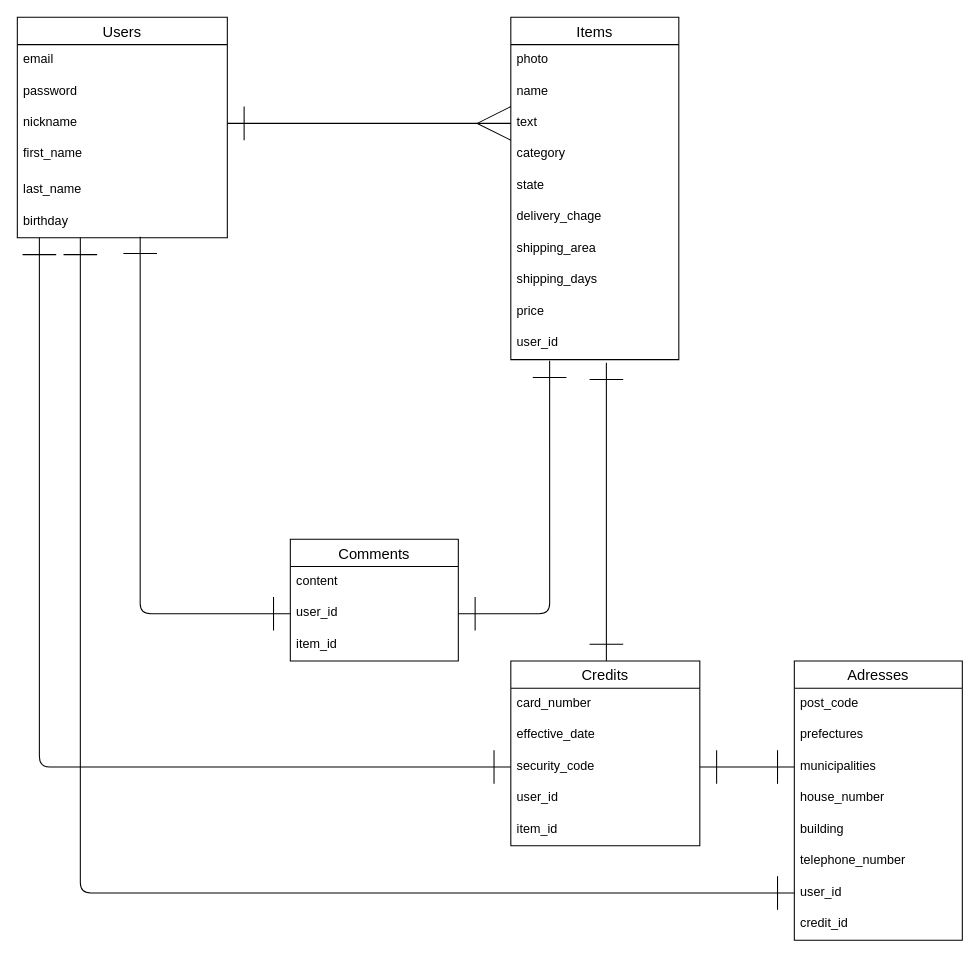
This is er.dio from naoki39/furima-37393, a draw.io file, before an edit. Source tidied: cells renumbered, new cells numbered last; positions are measured from the earlier drawing's top-left corner, leaving out a move shared by most shapes. Both pictures are drawn from the tidied source at 105%, with x=0, y=0 at pixel (17, 17).
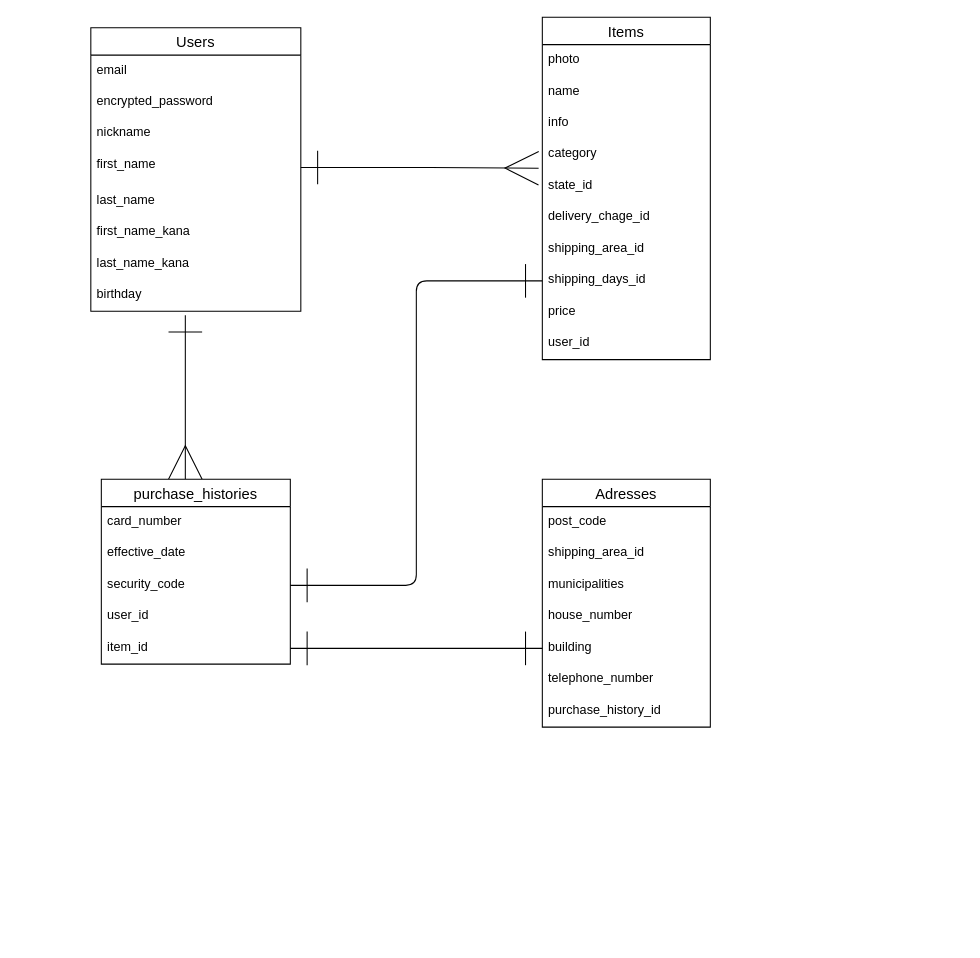
The same page after the edit.

The change refers to these unchanged cells:
```xml
<mxCell id="9" value="nickname" style="text;strokeColor=none;fillColor=none;spacingLeft=4;spacingRight=4;overflow=hidden;points=[[0,0.5],[1,0.5]];portConstraint=eastwest;fontSize=12;" parent="6" vertex="1">
  <mxGeometry y="86" width="200" height="30" as="geometry" />
</mxCell>
<mxCell id="10" value="first_name" style="text;strokeColor=none;fillColor=none;spacingLeft=4;spacingRight=4;overflow=hidden;points=[[0,0.5],[1,0.5]];portConstraint=eastwest;fontSize=12;" parent="6" vertex="1">
  <mxGeometry y="116" width="200" height="34" as="geometry" />
</mxCell>
<mxCell id="23" value="user_id" style="text;strokeColor=none;fillColor=none;spacingLeft=4;spacingRight=4;overflow=hidden;points=[[0,0.5],[1,0.5]];portConstraint=eastwest;fontSize=12;" parent="13" vertex="1">
  <mxGeometry y="296" width="160" height="30" as="geometry" />
</mxCell>
<mxCell id="27" value="municipalities" style="text;strokeColor=none;fillColor=none;spacingLeft=4;spacingRight=4;overflow=hidden;points=[[0,0.5],[1,0.5]];portConstraint=eastwest;fontSize=12;" parent="24" vertex="1">
  <mxGeometry y="86" width="160" height="30" as="geometry" />
</mxCell>
<mxCell id="29" value="building" style="text;strokeColor=none;fillColor=none;spacingLeft=4;spacingRight=4;overflow=hidden;points=[[0,0.5],[1,0.5]];portConstraint=eastwest;fontSize=12;" parent="24" vertex="1">
  <mxGeometry y="146" width="160" height="30" as="geometry" />
</mxCell>
<mxCell id="37" value="security_code" style="text;strokeColor=none;fillColor=none;spacingLeft=4;spacingRight=4;overflow=hidden;points=[[0,0.5],[1,0.5]];portConstraint=eastwest;fontSize=12;" parent="34" vertex="1">
  <mxGeometry y="86" width="180" height="30" as="geometry" />
</mxCell>
<mxCell id="39" value="item_id" style="text;strokeColor=none;fillColor=none;spacingLeft=4;spacingRight=4;overflow=hidden;points=[[0,0.5],[1,0.5]];portConstraint=eastwest;fontSize=12;" parent="34" vertex="1">
  <mxGeometry y="146" width="180" height="30" as="geometry" />
</mxCell>
```

What changed in the source:
```diff
@@
-    <mxCell id="2" value="Comments" style="swimlane;fontStyle=0;horizontal=1;startSize=26;align=center;fontSize=14;" parent="1" vertex="1">
-      <mxGeometry x="260" y="497" width="160" height="116" as="geometry" />
-    </mxCell>
-    <mxCell id="3" value="content" style="text;strokeColor=none;fillColor=none;spacingLeft=4;spacingRight=4;overflow=hidden;fontSize=12;" parent="2" vertex="1">
-      <mxGeometry y="26" width="160" height="30" as="geometry" />
-    </mxCell>
-    <mxCell id="4" value="user_id" style="text;strokeColor=none;fillColor=none;spacingLeft=4;spacingRight=4;overflow=hidden;points=[[0,0.5],[1,0.5]];portConstraint=eastwest;fontSize=12;" parent="2" vertex="1">
-      <mxGeometry y="56" width="160" height="30" as="geometry" />
-    </mxCell>
-    <mxCell id="5" value="item_id" style="text;strokeColor=none;fillColor=none;spacingLeft=4;spacingRight=4;overflow=hidden;fontSize=12;" parent="2" vertex="1">
-      <mxGeometry y="86" width="160" height="30" as="geometry" />
-    </mxCell>
     <mxCell id="6" value="Users" style="swimlane;fontStyle=0;horizontal=1;startSize=26;align=center;fontSize=14;" parent="1" vertex="1">
-      <mxGeometry width="200" height="210" as="geometry" />
+      <mxGeometry x="70" y="10" width="200" height="270" as="geometry" />
     </mxCell>
@@
-    <mxCell id="8" value="password" style="text;strokeColor=none;fillColor=none;spacingLeft=4;spacingRight=4;overflow=hidden;fontSize=12;" parent="6" vertex="1">
+    <mxCell id="8" value="encrypted_password" style="text;strokeColor=none;fillColor=none;spacingLeft=4;spacingRight=4;overflow=hidden;fontSize=12;" parent="6" vertex="1">
       <mxGeometry y="56" width="200" height="30" as="geometry" />
     </mxCell>
@@
+    <mxCell id="47" value="first_name_kana" style="text;strokeColor=none;fillColor=none;spacingLeft=4;spacingRight=4;overflow=hidden;fontSize=12;" parent="6" vertex="1">
+      <mxGeometry y="180" width="200" height="30" as="geometry" />
+    </mxCell>
+    <mxCell id="48" value="last_name_kana" style="text;strokeColor=none;fillColor=none;spacingLeft=4;spacingRight=4;overflow=hidden;fontSize=12;" parent="6" vertex="1">
+      <mxGeometry y="210" width="200" height="30" as="geometry" />
+    </mxCell>
     <mxCell id="12" value="birthday" style="text;strokeColor=none;fillColor=none;spacingLeft=4;spacingRight=4;overflow=hidden;points=[[0,0.5],[1,0.5]];portConstraint=eastwest;fontSize=12;" parent="6" vertex="1">
-      <mxGeometry y="180" width="200" height="30" as="geometry" />
+      <mxGeometry y="240" width="200" height="30" as="geometry" />
     </mxCell>
     <mxCell id="13" value="Items" style="swimlane;fontStyle=0;horizontal=1;startSize=26;align=center;fontSize=14;" parent="1" vertex="1">
-      <mxGeometry x="470" width="160" height="326" as="geometry" />
+      <mxGeometry x="500" width="160" height="326" as="geometry" />
     </mxCell>
@@
-    <mxCell id="16" value="text" style="text;strokeColor=none;fillColor=none;spacingLeft=4;spacingRight=4;overflow=hidden;points=[[0,0.5],[1,0.5]];portConstraint=eastwest;fontSize=12;" parent="13" vertex="1">
+    <mxCell id="16" value="info" style="text;strokeColor=none;fillColor=none;spacingLeft=4;spacingRight=4;overflow=hidden;points=[[0,0.5],[1,0.5]];portConstraint=eastwest;fontSize=12;" parent="13" vertex="1">
       <mxGeometry y="86" width="160" height="30" as="geometry" />
     </mxCell>
@@
-    <mxCell id="18" value="state" style="text;strokeColor=none;fillColor=none;spacingLeft=4;spacingRight=4;overflow=hidden;points=[[0,0.5],[1,0.5]];portConstraint=eastwest;fontSize=12;" parent="13" vertex="1">
+    <mxCell id="18" value="state_id" style="text;strokeColor=none;fillColor=none;spacingLeft=4;spacingRight=4;overflow=hidden;points=[[0,0.5],[1,0.5]];portConstraint=eastwest;fontSize=12;" parent="13" vertex="1">
       <mxGeometry y="146" width="160" height="30" as="geometry" />
     </mxCell>
-    <mxCell id="19" value="delivery_chage" style="text;strokeColor=none;fillColor=none;spacingLeft=4;spacingRight=4;overflow=hidden;fontSize=12;" parent="13" vertex="1">
+    <mxCell id="19" value="delivery_chage_id" style="text;strokeColor=none;fillColor=none;spacingLeft=4;spacingRight=4;overflow=hidden;fontSize=12;" parent="13" vertex="1">
       <mxGeometry y="176" width="160" height="30" as="geometry" />
     </mxCell>
-    <mxCell id="20" value="shipping_area" style="text;strokeColor=none;fillColor=none;spacingLeft=4;spacingRight=4;overflow=hidden;fontSize=12;" parent="13" vertex="1">
+    <mxCell id="20" value="shipping_area_id" style="text;strokeColor=none;fillColor=none;spacingLeft=4;spacingRight=4;overflow=hidden;fontSize=12;" parent="13" vertex="1">
       <mxGeometry y="206" width="160" height="30" as="geometry" />
     </mxCell>
-    <mxCell id="21" value="shipping_days" style="text;strokeColor=none;fillColor=none;spacingLeft=4;spacingRight=4;overflow=hidden;points=[[0,0.5],[1,0.5]];portConstraint=eastwest;fontSize=12;" parent="13" vertex="1">
+    <mxCell id="21" value="shipping_days_id" style="text;strokeColor=none;fillColor=none;spacingLeft=4;spacingRight=4;overflow=hidden;points=[[0,0.5],[1,0.5]];portConstraint=eastwest;fontSize=12;" parent="13" vertex="1">
       <mxGeometry y="236" width="160" height="30" as="geometry" />
     </mxCell>
@@
     <mxCell id="24" value="Adresses" style="swimlane;fontStyle=0;horizontal=1;startSize=26;align=center;fontSize=14;" parent="1" vertex="1">
-      <mxGeometry x="740" y="613" width="160" height="266" as="geometry" />
+      <mxGeometry x="500" y="440" width="160" height="236" as="geometry" />
     </mxCell>
@@
-    <mxCell id="26" value="prefectures" style="text;strokeColor=none;fillColor=none;spacingLeft=4;spacingRight=4;overflow=hidden;fontSize=12;" parent="24" vertex="1">
+    <mxCell id="26" value="shipping_area_id" style="text;strokeColor=none;fillColor=none;spacingLeft=4;spacingRight=4;overflow=hidden;fontSize=12;" parent="24" vertex="1">
       <mxGeometry y="56" width="160" height="30" as="geometry" />
     </mxCell>
@@
-    <mxCell id="31" value="user_id" style="text;strokeColor=none;fillColor=none;spacingLeft=4;spacingRight=4;overflow=hidden;points=[[0,0.5],[1,0.5]];portConstraint=eastwest;fontSize=12;" parent="24" vertex="1">
-      <mxGeometry y="206" width="160" height="30" as="geometry" />
-    </mxCell>
-    <mxCell id="32" value="credit_id" style="text;strokeColor=none;fillColor=none;spacingLeft=4;spacingRight=4;overflow=hidden;fontSize=12;" parent="24" vertex="1">
-      <mxGeometry y="236" width="160" height="30" as="geometry" />
+    <mxCell id="32" value="purchase_history_id" style="text;strokeColor=none;fillColor=none;spacingLeft=4;spacingRight=4;overflow=hidden;fontSize=12;" parent="24" vertex="1">
+      <mxGeometry y="206" width="160" height="30" as="geometry" />
     </mxCell>
-    <mxCell id="33" style="edgeStyle=elbowEdgeStyle;sketch=0;html=1;startArrow=ERone;startFill=0;endArrow=ERone;endFill=0;startSize=30;endSize=30;sourcePerimeterSpacing=0;strokeWidth=1;entryX=0.569;entryY=1.1;entryDx=0;entryDy=0;entryPerimeter=0;" parent="1" edge="1" source="34" target="23">
-      <mxGeometry relative="1" as="geometry" />
-    </mxCell>
+    <mxCell id="49" style="edgeStyle=elbowEdgeStyle;sketch=0;html=1;entryX=0.451;entryY=1.125;entryDx=0;entryDy=0;entryPerimeter=0;startArrow=ERmany;startFill=0;endArrow=ERone;endFill=0;startSize=30;endSize=30;sourcePerimeterSpacing=0;strokeWidth=1;" parent="1" edge="1" source="34" target="12">
+      <mxGeometry relative="1" as="geometry" />
+    </mxCell>
-    <mxCell id="34" value="Credits" style="swimlane;fontStyle=0;horizontal=1;startSize=26;align=center;fontSize=14;" parent="1" vertex="1">
-      <mxGeometry x="470" y="613" width="180" height="176" as="geometry" />
+    <mxCell id="34" value="purchase_histories" style="swimlane;fontStyle=0;horizontal=1;startSize=26;align=center;fontSize=14;" parent="1" vertex="1">
+      <mxGeometry x="80" y="440" width="180" height="176" as="geometry" />
     </mxCell>
@@
-    <mxCell id="40" style="edgeStyle=orthogonalEdgeStyle;sketch=0;html=1;exitX=0;exitY=0.5;exitDx=0;exitDy=0;startArrow=ERmany;startFill=0;endArrow=ERone;endFill=0;startSize=30;endSize=30;sourcePerimeterSpacing=0;strokeColor=none;strokeWidth=1;" parent="1" edge="1" source="4">
+    <mxCell id="40" style="edgeStyle=orthogonalEdgeStyle;sketch=0;html=1;exitX=0;exitY=0.5;exitDx=0;exitDy=0;startArrow=ERmany;startFill=0;endArrow=ERone;endFill=0;startSize=30;endSize=30;sourcePerimeterSpacing=0;strokeColor=none;strokeWidth=1;" parent="1" edge="1">
       <mxGeometry relative="1" as="geometry">
+        <mxPoint x="260" y="568" as="sourcePoint" />
         <mxPoint x="60" y="240" as="targetPoint" />
       </mxGeometry>
     </mxCell>
-    <mxCell id="41" style="edgeStyle=orthogonalEdgeStyle;sketch=0;html=1;exitX=1;exitY=0.5;exitDx=0;exitDy=0;entryX=0;entryY=0.5;entryDx=0;entryDy=0;startArrow=ERone;startFill=0;endArrow=ERmany;endFill=0;startSize=30;endSize=30;sourcePerimeterSpacing=0;strokeWidth=1;" parent="1" edge="1" source="9" target="16">
-      <mxGeometry relative="1" as="geometry" />
-    </mxCell>
-    <mxCell id="42" style="edgeStyle=orthogonalEdgeStyle;sketch=0;html=1;exitX=0;exitY=0.5;exitDx=0;exitDy=0;entryX=0.105;entryY=1;entryDx=0;entryDy=0;entryPerimeter=0;startArrow=ERone;startFill=0;endArrow=ERone;endFill=0;startSize=30;endSize=30;sourcePerimeterSpacing=0;strokeWidth=1;" parent="1" edge="1" source="37" target="12">
-      <mxGeometry relative="1" as="geometry" />
-    </mxCell>
-    <mxCell id="43" style="edgeStyle=orthogonalEdgeStyle;sketch=0;html=1;exitX=0;exitY=0.5;exitDx=0;exitDy=0;startArrow=ERone;startFill=0;endArrow=ERone;endFill=0;startSize=30;endSize=30;sourcePerimeterSpacing=0;strokeWidth=1;entryX=0.3;entryY=1;entryDx=0;entryDy=0;entryPerimeter=0;" parent="1" edge="1" source="31" target="12">
-      <mxGeometry relative="1" as="geometry" />
-    </mxCell>
-    <mxCell id="44" style="edgeStyle=orthogonalEdgeStyle;sketch=0;html=1;exitX=0;exitY=0.5;exitDx=0;exitDy=0;entryX=0.585;entryY=0.967;entryDx=0;entryDy=0;entryPerimeter=0;startArrow=ERone;startFill=0;endArrow=ERone;endFill=0;startSize=30;endSize=30;sourcePerimeterSpacing=0;strokeWidth=1;" parent="1" edge="1" source="4" target="12">
-      <mxGeometry relative="1" as="geometry" />
-    </mxCell>
-    <mxCell id="45" style="edgeStyle=orthogonalEdgeStyle;sketch=0;html=1;exitX=1;exitY=0.5;exitDx=0;exitDy=0;entryX=0.231;entryY=1.033;entryDx=0;entryDy=0;entryPerimeter=0;startArrow=ERone;startFill=0;endArrow=ERone;endFill=0;startSize=30;endSize=30;sourcePerimeterSpacing=0;strokeWidth=1;" parent="1" edge="1" source="4" target="23">
-      <mxGeometry relative="1" as="geometry" />
-    </mxCell>
-    <mxCell id="46" style="edgeStyle=elbowEdgeStyle;sketch=0;html=1;exitX=1;exitY=0.5;exitDx=0;exitDy=0;entryX=0;entryY=0.5;entryDx=0;entryDy=0;startArrow=ERone;startFill=0;endArrow=ERone;endFill=0;startSize=30;endSize=30;sourcePerimeterSpacing=0;strokeWidth=1;" parent="1" edge="1" source="37" target="27">
-      <mxGeometry relative="1" as="geometry" />
-    </mxCell>
+    <mxCell id="50" style="edgeStyle=elbowEdgeStyle;sketch=0;html=1;exitX=1;exitY=0.5;exitDx=0;exitDy=0;entryX=-0.022;entryY=-0.075;entryDx=0;entryDy=0;entryPerimeter=0;startArrow=ERone;startFill=0;endArrow=ERmany;endFill=0;startSize=30;endSize=30;sourcePerimeterSpacing=0;strokeWidth=1;" parent="1" edge="1" source="10" target="18">
+      <mxGeometry relative="1" as="geometry" />
+    </mxCell>
+    <mxCell id="51" style="edgeStyle=elbowEdgeStyle;sketch=0;html=1;exitX=1;exitY=0.5;exitDx=0;exitDy=0;entryX=0;entryY=0.5;entryDx=0;entryDy=0;startArrow=ERone;startFill=0;endArrow=ERone;endFill=0;startSize=30;endSize=30;sourcePerimeterSpacing=0;strokeWidth=1;" parent="1" edge="1" source="37" target="21">
+      <mxGeometry relative="1" as="geometry" />
+    </mxCell>
+    <mxCell id="52" style="edgeStyle=elbowEdgeStyle;sketch=0;html=1;exitX=1;exitY=0.5;exitDx=0;exitDy=0;entryX=0;entryY=0.5;entryDx=0;entryDy=0;startArrow=ERone;startFill=0;endArrow=ERone;endFill=0;startSize=30;endSize=30;sourcePerimeterSpacing=0;strokeWidth=1;" parent="1" edge="1" source="39" target="29">
+      <mxGeometry relative="1" as="geometry" />
+    </mxCell>
```
